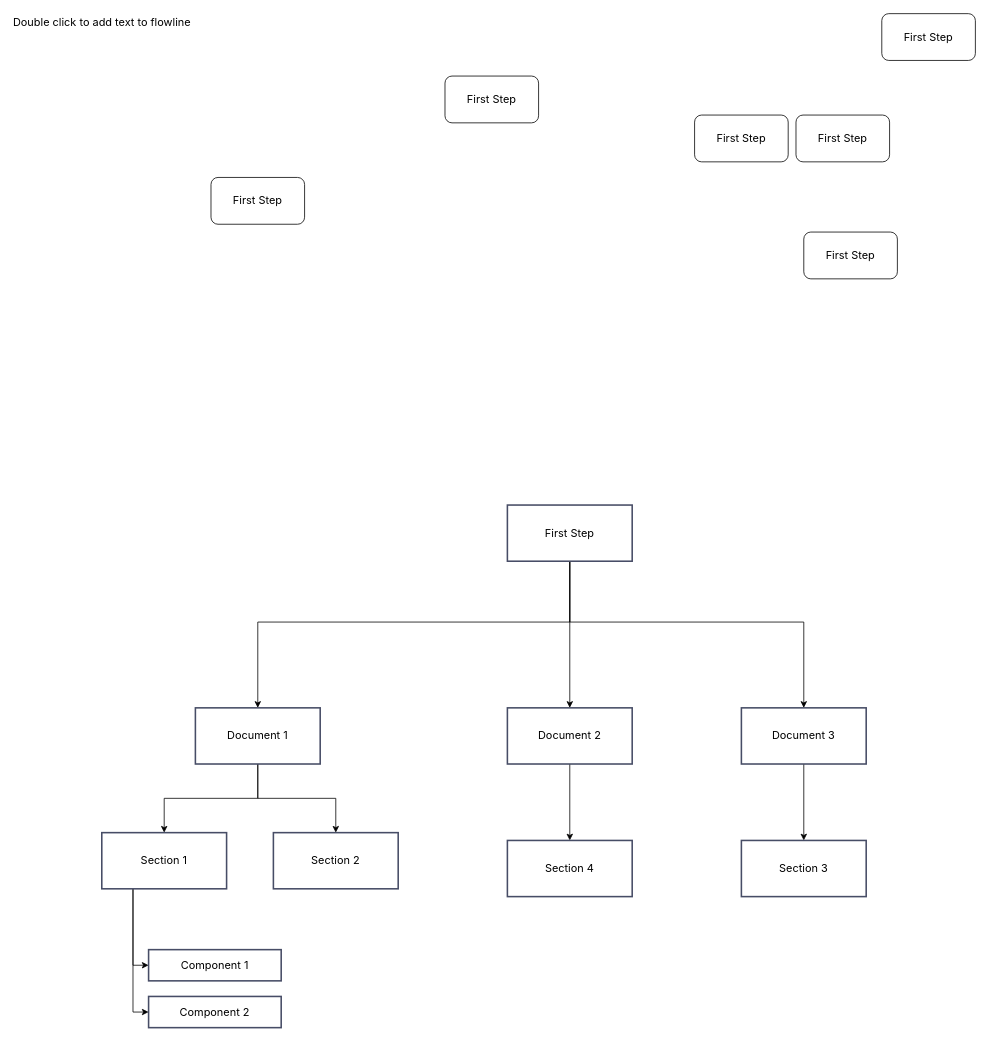
Earlier version of the draw.io diagram Untitled Diagram.drawio (YogeshKumbhar7218/git-basics). Source tidied: cells renumbered, new cells numbered last; positions are measured from the earlier drawing's top-left corner, leaving out a move shared by most shapes. Both pictures are drawn from the tidied source at 78%, with x=0, y=0 at pixel (101, 13).
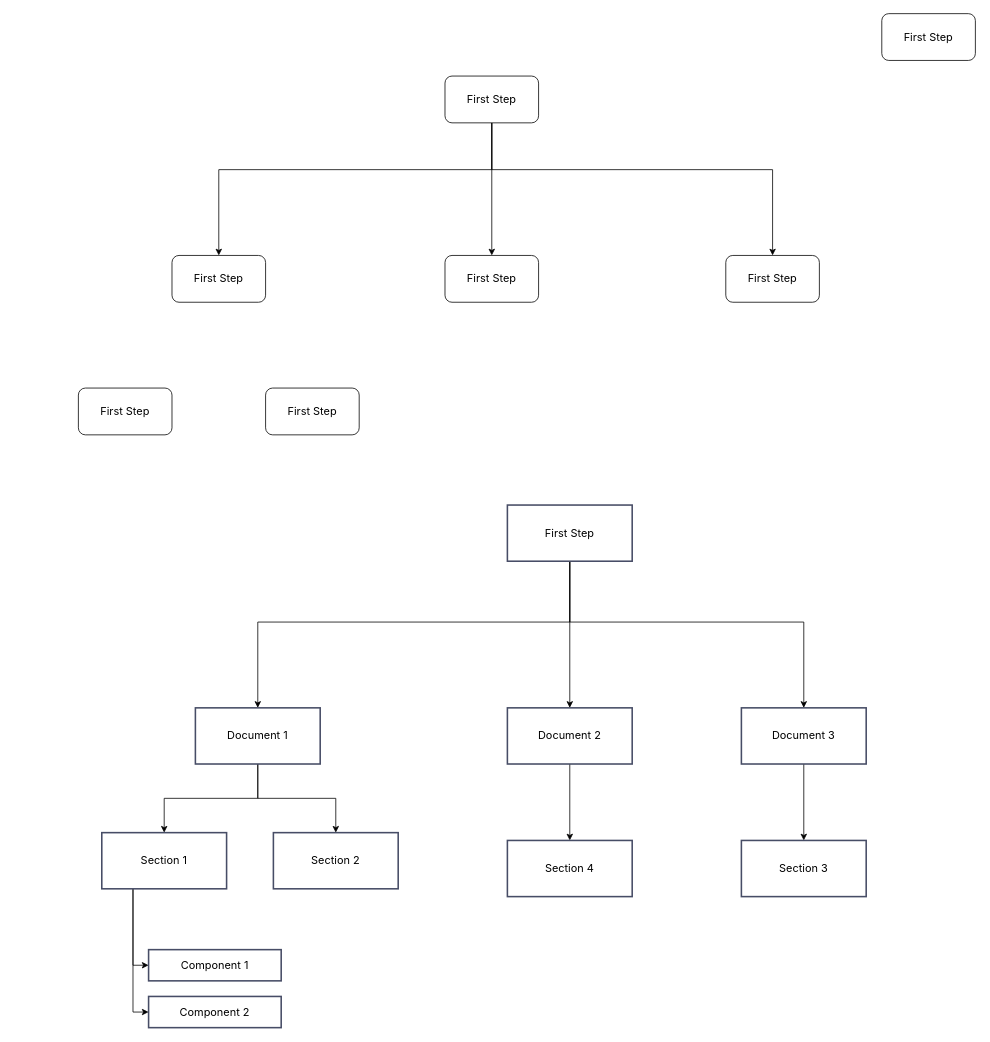
The same page after the edit.

The change refers to these unchanged cells:
```xml
<mxCell id="2" style="edgeStyle=orthogonalEdgeStyle;rounded=0;jettySize=auto;html=1;fontFamily=Inter;fontSize=14;" parent="1" edge="1" source="6" target="9">
  <mxGeometry as="geometry">
    <Array as="points">
      <mxPoint x="600" y="780" />
      <mxPoint x="200" y="780" />
    </Array>
  </mxGeometry>
</mxCell>
<mxCell id="22" value="&lt;span style=&quot;font-family: Inter; font-size: 14px;&quot;&gt;First Step&lt;/span&gt;" style="rounded=1;whiteSpace=wrap;html=1;" parent="1" vertex="1">
  <mxGeometry x="440" y="80" width="120" height="60" as="geometry" />
</mxCell>
```

Diff of the diagram source:
```diff
@@
-    <mxCell id="3" value="Double click to add text to flowline" style="edgeLabel;html=1;align=center;verticalAlign=middle;fontFamily=Inter;fontSize=14;" parent="2" vertex="1">
-      <mxGeometry x="-0.2" y="2" as="geometry">
-        <mxPoint y="8" as="offset" />
-      </mxGeometry>
-    </mxCell>
@@
+    <mxCell id="28" style="edgeStyle=orthogonalEdgeStyle;rounded=0;jettySize=auto;html=1;" parent="1" edge="1" source="22" target="24">
+      <mxGeometry relative="1" as="geometry">
+        <Array as="points">
+          <mxPoint x="500" y="200" />
+          <mxPoint x="150" y="200" />
+        </Array>
+      </mxGeometry>
+    </mxCell>
+    <mxCell id="29" style="edgeStyle=orthogonalEdgeStyle;rounded=0;jettySize=auto;html=1;" parent="1" edge="1" source="22" target="27">
+      <mxGeometry relative="1" as="geometry">
+        <Array as="points">
+          <mxPoint x="500" y="200" />
+          <mxPoint x="860" y="200" />
+        </Array>
+      </mxGeometry>
+    </mxCell>
+    <mxCell id="30" style="edgeStyle=orthogonalEdgeStyle;rounded=0;jettySize=auto;html=1;entryX=0.5;entryY=0;entryDx=0;entryDy=0;" parent="1" edge="1" source="22" target="26">
+      <mxGeometry relative="1" as="geometry" />
+    </mxCell>
@@
     <mxCell id="24" value="&lt;span style=&quot;font-family: Inter; font-size: 14px;&quot;&gt;First Step&lt;/span&gt;" style="rounded=1;whiteSpace=wrap;html=1;" parent="1" vertex="1">
-      <mxGeometry x="140" y="210" width="120" height="60" as="geometry" />
+      <mxGeometry x="90" y="310" width="120" height="60" as="geometry" />
     </mxCell>
     <mxCell id="25" value="&lt;span style=&quot;font-family: Inter; font-size: 14px;&quot;&gt;First Step&lt;/span&gt;" style="rounded=1;whiteSpace=wrap;html=1;" parent="1" vertex="1">
-      <mxGeometry x="900" y="280" width="120" height="60" as="geometry" />
+      <mxGeometry x="-30" y="480" width="120" height="60" as="geometry" />
     </mxCell>
     <mxCell id="26" value="&lt;span style=&quot;font-family: Inter; font-size: 14px;&quot;&gt;First Step&lt;/span&gt;" style="rounded=1;whiteSpace=wrap;html=1;" parent="1" vertex="1">
-      <mxGeometry x="760" y="130" width="120" height="60" as="geometry" />
+      <mxGeometry x="440" y="310" width="120" height="60" as="geometry" />
     </mxCell>
     <mxCell id="27" value="&lt;span style=&quot;font-family: Inter; font-size: 14px;&quot;&gt;First Step&lt;/span&gt;" style="rounded=1;whiteSpace=wrap;html=1;" parent="1" vertex="1">
-      <mxGeometry x="890" y="130" width="120" height="60" as="geometry" />
+      <mxGeometry x="800" y="310" width="120" height="60" as="geometry" />
     </mxCell>
+    <mxCell id="31" value="&lt;span style=&quot;font-family: Inter; font-size: 14px;&quot;&gt;First Step&lt;/span&gt;" style="rounded=1;whiteSpace=wrap;html=1;" parent="1" vertex="1">
+      <mxGeometry x="210" y="480" width="120" height="60" as="geometry" />
+    </mxCell>
```
